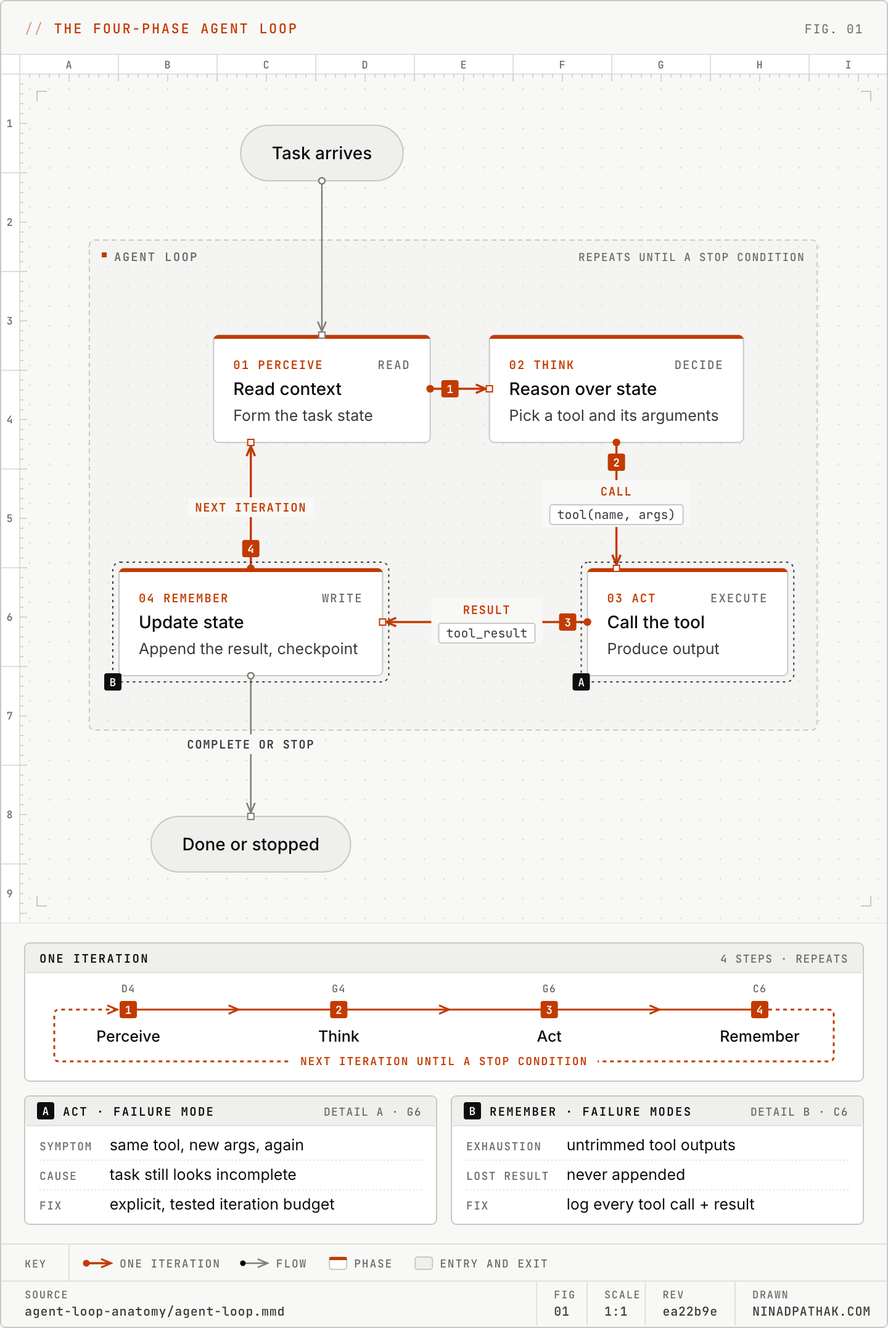
Earlier version of the Mermaid export static/images/diagrams/agent-loop-anatomy/agent-loop.light.png (ninadpathak/ninadpathak). Its source is kept beside it as content/diagrams/agent-loop-anatomy/agent-loop.mmd. Its diagram source:
```mermaid
flowchart TB
  task(["Task arrives"]):::outcome
  subgraph loop ["Agent loop | Repeats until a stop condition"]
    direction TB
    subgraph upper [ ]
      direction LR
      perceive["§01 Perceive | Read
Read context
~Form the task state"]:::accent
      think["§02 Think | Decide
Reason over state
~Pick a tool and its arguments"]:::accent
    end
    subgraph lower [ ]
      direction RL
      act["§03 Act | Execute
Call the tool
~Produce output"]:::accent
      remember["§04 Remember | Write
Update state
~Append the result, checkpoint"]:::accent
    end
  end
  done(["Done or stopped"]):::outcome
  task --> perceive
  perceive --> think
  think -->|"call :: tool(name, args)"| act
  act -->|result :: tool_result| remember
  remember -->|next iteration| perceive
  remember -->|complete or stop| done
  class upper,lower ghost
```
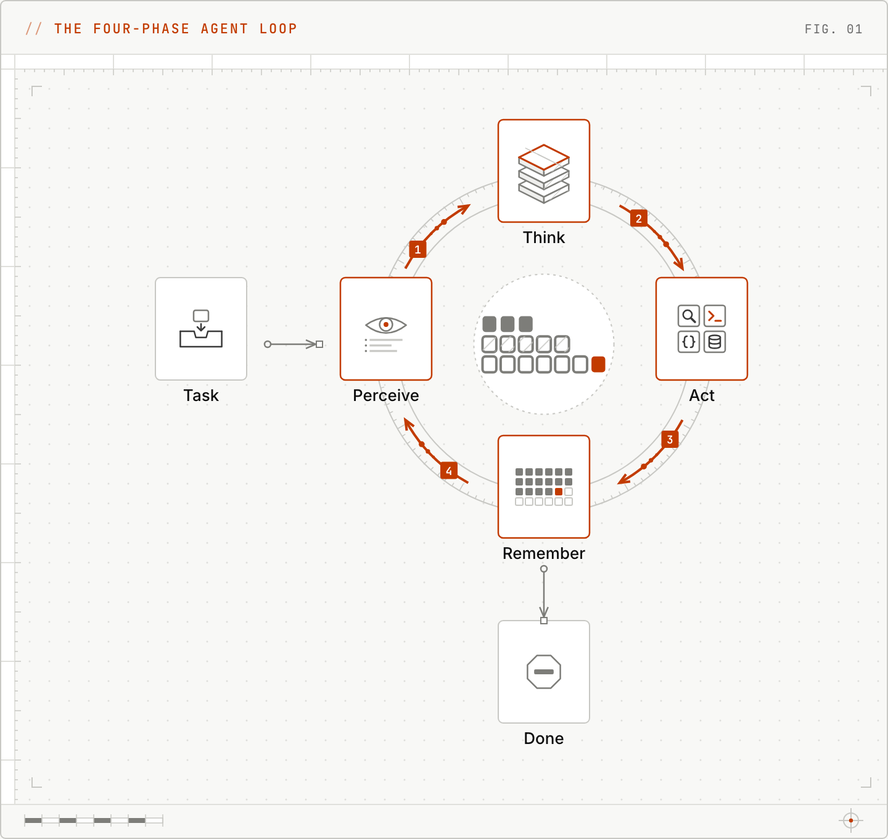
The same diagram one commit later.

The edit, as a diff of the source:
```diff
@@ -1,31 +1,13 @@
-flowchart TB
-  task(["Task arrives"]):::outcome
-  subgraph loop ["Agent loop | Repeats until a stop condition"]
-    direction TB
-    subgraph upper [ ]
-      direction LR
-      perceive["§01 Perceive | Read
-Read context
-~Form the task state"]:::accent
-      think["§02 Think | Decide
-Reason over state
-~Pick a tool and its arguments"]:::accent
-    end
-    subgraph lower [ ]
-      direction RL
-      act["§03 Act | Execute
-Call the tool
-~Produce output"]:::accent
-      remember["§04 Remember | Write
-Update state
-~Append the result, checkpoint"]:::accent
-    end
-  end
-  done(["Done or stopped"]):::outcome
+flowchart LR
+  task["Task"]
+  perceive["Perceive"]:::accent
+  think["Think"]:::accent
+  act["Act"]:::accent
+  remember["Remember"]:::accent
+  done["Done"]
   task --> perceive
   perceive --> think
-  think -->|"call :: tool(name, args)"| act
-  act -->|result :: tool_result| remember
-  remember -->|next iteration| perceive
-  remember -->|complete or stop| done
-  class upper,lower ghost
+  think --> act
+  act --> remember
+  remember --> perceive
+  remember --> done
```
